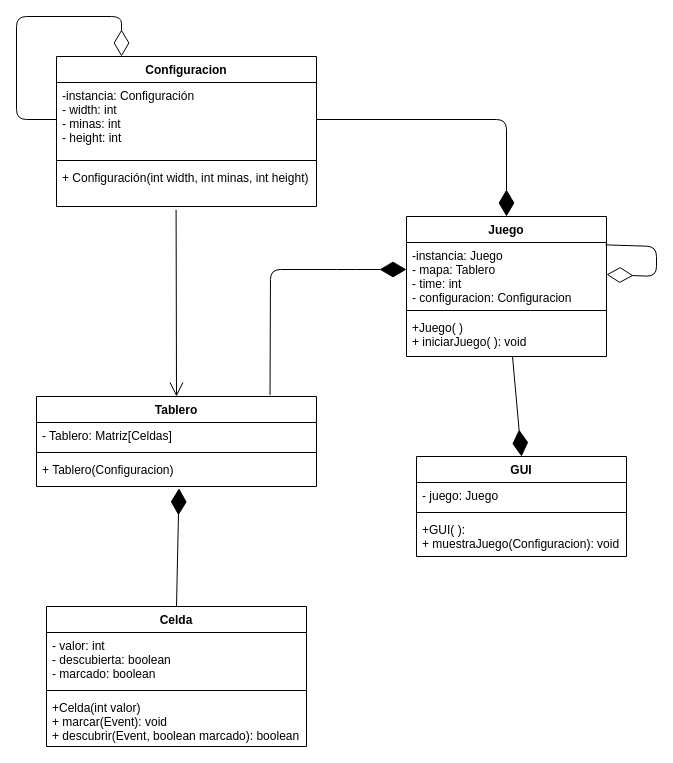
Earlier version of the draw.io diagram diagrams/diagramaClases.drawio (Paskiben/Tarea-INFO229). Source tidied: cells renumbered, new cells numbered last; positions are measured from the earlier drawing's top-left corner, leaving out a move shared by most shapes. Both pictures are drawn from the tidied source at 100%, with x=0, y=0 at pixel (16, 16).
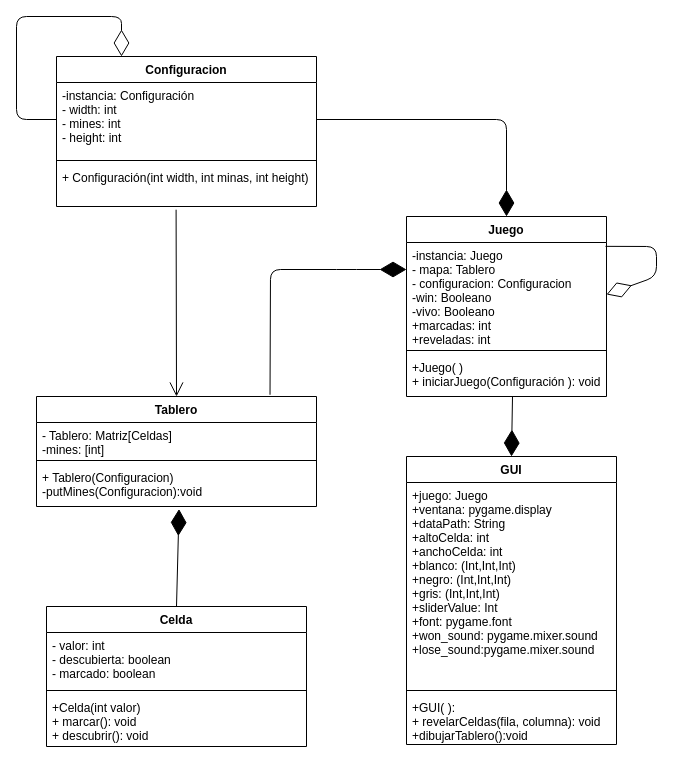
After the change.

The change refers to these unchanged cells:
```xml
<mxCell id="2" value="Celda" style="swimlane;fontStyle=1;align=center;verticalAlign=top;horizontal=1;startSize=26;" parent="1" vertex="1">
  <mxGeometry x="30" y="590" width="260" height="140" as="geometry" />
</mxCell>
<mxCell id="19" value="Configuracion" style="swimlane;fontStyle=1;align=center;verticalAlign=top;horizontal=1;startSize=26;" parent="1" vertex="1">
  <mxGeometry x="40" y="40" width="260" height="150" as="geometry" />
</mxCell>
```

The edit, as a diff of the source:
```diff
@@
-    <mxCell id="5" value="+Celda(int valor)&#10;+ marcar(Event): void&#10;+ descubrir(Event, boolean marcado): boolean" style="text;strokeColor=none;fillColor=none;align=left;verticalAlign=top;spacingLeft=4;spacingRight=4;overflow=hidden;" parent="2" vertex="1">
+    <mxCell id="5" value="+Celda(int valor)&#10;+ marcar(): void&#10;+ descubrir(): void" style="text;strokeColor=none;fillColor=none;align=left;verticalAlign=top;spacingLeft=4;spacingRight=4;overflow=hidden;" parent="2" vertex="1">
       <mxGeometry y="88" width="260" height="52" as="geometry" />
     </mxCell>
     <mxCell id="6" value="GUI" style="swimlane;fontStyle=1;align=center;verticalAlign=top;horizontal=1;startSize=26;" parent="1" vertex="1">
-      <mxGeometry x="400" y="440" width="210" height="100" as="geometry" />
+      <mxGeometry x="390" y="440" width="210" height="288" as="geometry" />
     </mxCell>
-    <mxCell id="7" value="- juego: Juego" style="text;strokeColor=none;fillColor=none;align=left;verticalAlign=top;spacingLeft=4;spacingRight=4;overflow=hidden;" parent="6" vertex="1">
-      <mxGeometry y="26" width="210" height="26" as="geometry" />
+    <mxCell id="7" value="+juego: Juego&#10;+ventana: pygame.display&#10;+dataPath: String&#10;+altoCelda: int&#10;+anchoCelda: int&#10;+blanco: (Int,Int,Int)&#10;+negro: (Int,Int,Int)&#10;+gris: (Int,Int,Int)&#10;+sliderValue: Int&#10;+font: pygame.font&#10;+won_sound: pygame.mixer.sound&#10;+lose_sound:pygame.mixer.sound" style="text;strokeColor=none;fillColor=none;align=left;verticalAlign=top;spacingLeft=4;spacingRight=4;overflow=hidden;" parent="6" vertex="1">
+      <mxGeometry y="26" width="210" height="204" as="geometry" />
     </mxCell>
     <mxCell id="8" style="line;strokeWidth=1;fillColor=none;align=left;verticalAlign=middle;spacingTop=-1;spacingLeft=3;spacingRight=3;labelPosition=right;strokeColor=inherit;" parent="6" vertex="1">
-      <mxGeometry y="52" width="210" height="8" as="geometry" />
+      <mxGeometry y="230" width="210" height="8" as="geometry" />
     </mxCell>
-    <mxCell id="9" value="+GUI( ):&#10;+ muestraJuego(Configuracion): void" style="text;strokeColor=none;fillColor=none;align=left;verticalAlign=top;spacingLeft=4;spacingRight=4;overflow=hidden;" parent="6" vertex="1">
-      <mxGeometry y="60" width="210" height="40" as="geometry" />
+    <mxCell id="9" value="+GUI( ):&#10;+ revelarCeldas(fila, columna): void&#10;+dibujarTablero():void" style="text;strokeColor=none;fillColor=none;align=left;verticalAlign=top;spacingLeft=4;spacingRight=4;overflow=hidden;" parent="6" vertex="1">
+      <mxGeometry y="238" width="210" height="50" as="geometry" />
     </mxCell>
     <mxCell id="10" value="Juego" style="swimlane;fontStyle=1;align=center;verticalAlign=top;horizontal=1;startSize=26;" parent="1" vertex="1">
-      <mxGeometry x="390" y="200" width="200" height="140" as="geometry" />
+      <mxGeometry x="390" y="200" width="200" height="180" as="geometry" />
     </mxCell>
@@
-    <mxCell id="12" value="-instancia: Juego&#10;- mapa: Tablero&#10;- time: int&#10;- configuracion: Configuracion" style="text;strokeColor=none;fillColor=none;align=left;verticalAlign=top;spacingLeft=4;spacingRight=4;overflow=hidden;points=[[0,0.5],[1,0.5]];portConstraint=eastwest;" parent="10" vertex="1">
-      <mxGeometry y="26" width="200" height="64" as="geometry" />
+    <mxCell id="12" value="-instancia: Juego&#10;- mapa: Tablero&#10;- configuracion: Configuracion&#10;-win: Booleano&#10;-vivo: Booleano&#10;+marcadas: int&#10;+reveladas: int" style="text;strokeColor=none;fillColor=none;align=left;verticalAlign=top;spacingLeft=4;spacingRight=4;overflow=hidden;points=[[0,0.5],[1,0.5]];portConstraint=eastwest;" parent="10" vertex="1">
+      <mxGeometry y="26" width="200" height="104" as="geometry" />
     </mxCell>
     <mxCell id="13" style="line;strokeWidth=1;fillColor=none;align=left;verticalAlign=middle;spacingTop=-1;spacingLeft=3;spacingRight=3;labelPosition=right;strokeColor=inherit;" parent="10" vertex="1">
-      <mxGeometry y="90" width="200" height="8" as="geometry" />
+      <mxGeometry y="130" width="200" height="8" as="geometry" />
     </mxCell>
-    <mxCell id="14" value="+Juego( )&#10;+ iniciarJuego( ): void" style="text;strokeColor=none;fillColor=none;align=left;verticalAlign=top;spacingLeft=4;spacingRight=4;overflow=hidden;points=[[0,0.5],[1,0.5]];portConstraint=eastwest;" parent="10" vertex="1">
-      <mxGeometry y="98" width="200" height="42" as="geometry" />
+    <mxCell id="14" value="+Juego( )&#10;+ iniciarJuego(Configuración ): void" style="text;strokeColor=none;fillColor=none;align=left;verticalAlign=top;spacingLeft=4;spacingRight=4;overflow=hidden;points=[[0,0.5],[1,0.5]];portConstraint=eastwest;" parent="10" vertex="1">
+      <mxGeometry y="138" width="200" height="42" as="geometry" />
     </mxCell>
     <mxCell id="15" value="Tablero" style="swimlane;fontStyle=1;align=center;verticalAlign=top;horizontal=1;startSize=26;" parent="1" vertex="1">
-      <mxGeometry x="20" y="380" width="280" height="90" as="geometry" />
+      <mxGeometry x="20" y="380" width="280" height="110" as="geometry" />
     </mxCell>
-    <mxCell id="16" value="- Tablero: Matriz[Celdas]" style="text;strokeColor=none;fillColor=none;align=left;verticalAlign=top;spacingLeft=4;spacingRight=4;overflow=hidden;" parent="15" vertex="1">
-      <mxGeometry y="26" width="280" height="26" as="geometry" />
+    <mxCell id="16" value="- Tablero: Matriz[Celdas]&#10;-mines: [int]" style="text;strokeColor=none;fillColor=none;align=left;verticalAlign=top;spacingLeft=4;spacingRight=4;overflow=hidden;" parent="15" vertex="1">
+      <mxGeometry y="26" width="280" height="34" as="geometry" />
     </mxCell>
     <mxCell id="17" style="line;strokeWidth=1;fillColor=none;align=left;verticalAlign=middle;spacingTop=-1;spacingLeft=3;spacingRight=3;labelPosition=right;strokeColor=inherit;" parent="15" vertex="1">
-      <mxGeometry y="52" width="280" height="8" as="geometry" />
+      <mxGeometry y="60" width="280" height="8" as="geometry" />
     </mxCell>
-    <mxCell id="18" value="+ Tablero(Configuracion)" style="text;strokeColor=none;fillColor=none;align=left;verticalAlign=top;spacingLeft=4;spacingRight=4;overflow=hidden;points=[[0,0.5],[1,0.5]];portConstraint=eastwest;" parent="15" vertex="1">
-      <mxGeometry y="60" width="280" height="30" as="geometry" />
+    <mxCell id="18" value="+ Tablero(Configuracion)&#10;-putMines(Configuracion):void" style="text;strokeColor=none;fillColor=none;align=left;verticalAlign=top;spacingLeft=4;spacingRight=4;overflow=hidden;points=[[0,0.5],[1,0.5]];portConstraint=eastwest;" parent="15" vertex="1">
+      <mxGeometry y="68" width="280" height="42" as="geometry" />
     </mxCell>
@@
-    <mxCell id="20" value="-instancia: Configuración&#10;- width: int&#10;- minas: int&#10;- height: int" style="text;strokeColor=none;fillColor=none;align=left;verticalAlign=top;spacingLeft=4;spacingRight=4;overflow=hidden;points=[[0,0.5],[1,0.5]];portConstraint=eastwest;" parent="19" vertex="1">
+    <mxCell id="20" value="-instancia: Configuración&#10;- width: int&#10;- mines: int&#10;- height: int" style="text;strokeColor=none;fillColor=none;align=left;verticalAlign=top;spacingLeft=4;spacingRight=4;overflow=hidden;points=[[0,0.5],[1,0.5]];portConstraint=eastwest;" parent="19" vertex="1">
       <mxGeometry y="26" width="260" height="74" as="geometry" />
     </mxCell>
```
